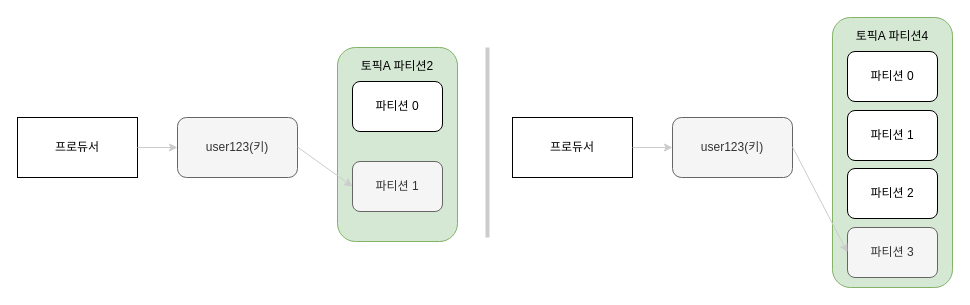
The draw.io diagram architecture/kafka.drawio in TreeStone94/drawio, before the edit. Source tidied: cells renumbered, new cells numbered last; positions are measured from the earlier drawing's top-left corner, leaving out a move shared by most shapes. Both pictures are drawn from the tidied source at 100%, with x=0, y=0 at pixel (17, 17).
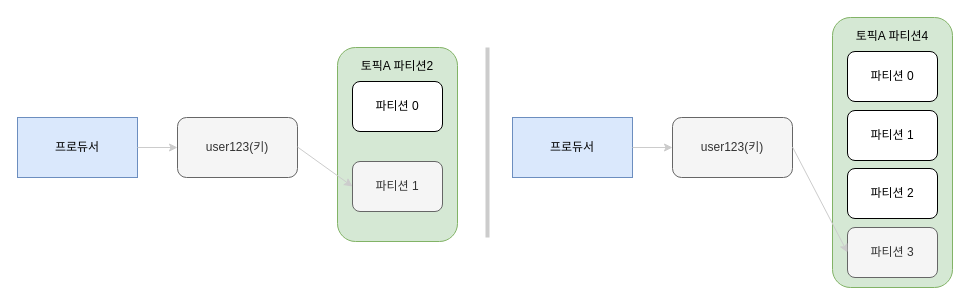
The same page after the edit.

Diff of the diagram source:
```diff
@@
-    <mxCell id="2" value="프로듀서" style="rounded=0;whiteSpace=wrap;html=1;" parent="1" vertex="1">
+    <mxCell id="2" value="프로듀서" style="rounded=0;whiteSpace=wrap;html=1;fillColor=#dae8fc;strokeColor=#6c8ebf;" parent="1" vertex="1">
       <mxGeometry y="100" width="120" height="60" as="geometry" />
     </mxCell>
@@
-    <mxCell id="11" value="프로듀서" style="rounded=0;whiteSpace=wrap;html=1;" parent="1" vertex="1">
+    <mxCell id="11" value="프로듀서" style="rounded=0;whiteSpace=wrap;html=1;fillColor=#dae8fc;strokeColor=#6c8ebf;" parent="1" vertex="1">
       <mxGeometry x="495" y="100" width="120" height="60" as="geometry" />
     </mxCell>
```
